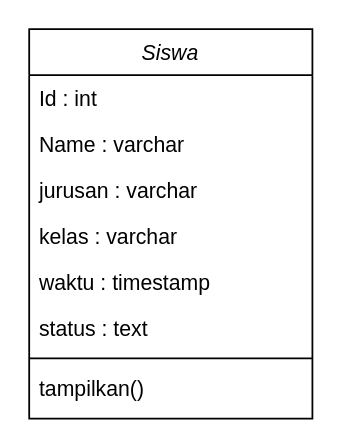
Earlier version of the draw.io diagram classdiagram-facepresensi.drawio (ditanursabila/face-presensi). Source tidied: cells renumbered, new cells numbered last; positions are measured from the earlier drawing's top-left corner, leaving out a move shared by most shapes. Both pictures are drawn from the tidied source at 177%, with x=0, y=0 at pixel (28, 28).
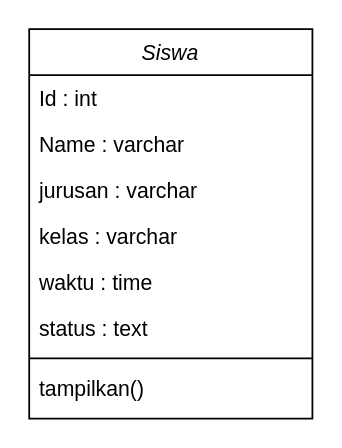
The same page after the edit.

The edit, as a diff of the source:
```diff
@@
 <mxGraphModel>
   <root>
     <mxCell id="0" />
     <mxCell id="1" parent="0" />
     <mxCell id="2" value="Siswa" style="swimlane;fontStyle=2;align=center;verticalAlign=top;horizontal=1;startSize=26;rounded=0;shadow=0;strokeWidth=1;" parent="1" vertex="1">
       <mxGeometry width="160" height="220" as="geometry" />
     </mxCell>
     <mxCell id="3" value="Id : int " style="text;align=left;verticalAlign=top;spacingLeft=4;spacingRight=4;overflow=hidden;" parent="2" vertex="1">
       <mxGeometry y="26" width="160" height="26" as="geometry" />
     </mxCell>
     <mxCell id="4" value="Name : varchar" style="text;align=left;verticalAlign=top;spacingLeft=4;spacingRight=4;overflow=hidden;rounded=0;shadow=0;html=0;" parent="2" vertex="1">
       <mxGeometry y="52" width="160" height="26" as="geometry" />
     </mxCell>
     <mxCell id="5" value="jurusan : varchar" style="text;align=left;verticalAlign=top;spacingLeft=4;spacingRight=4;overflow=hidden;rounded=0;shadow=0;html=0;" parent="2" vertex="1">
       <mxGeometry y="78" width="160" height="26" as="geometry" />
     </mxCell>
     <mxCell id="6" value="kelas : varchar" style="text;align=left;verticalAlign=top;spacingLeft=4;spacingRight=4;overflow=hidden;rounded=0;shadow=0;html=0;" parent="2" vertex="1">
       <mxGeometry y="104" width="160" height="26" as="geometry" />
     </mxCell>
-    <mxCell id="7" value="waktu : timestamp" style="text;align=left;verticalAlign=top;spacingLeft=4;spacingRight=4;overflow=hidden;rounded=0;shadow=0;html=0;" parent="2" vertex="1">
+    <mxCell id="7" value="waktu : time" style="text;align=left;verticalAlign=top;spacingLeft=4;spacingRight=4;overflow=hidden;rounded=0;shadow=0;html=0;" parent="2" vertex="1">
       <mxGeometry y="130" width="160" height="26" as="geometry" />
     </mxCell>
     <mxCell id="8" value="status : text" style="text;align=left;verticalAlign=top;spacingLeft=4;spacingRight=4;overflow=hidden;rounded=0;shadow=0;html=0;" parent="2" vertex="1">
       <mxGeometry y="156" width="160" height="26" as="geometry" />
     </mxCell>
     <mxCell id="9" style="line;html=1;strokeWidth=1;align=left;verticalAlign=middle;spacingTop=-1;spacingLeft=3;spacingRight=3;labelPosition=right;" parent="2" vertex="1">
       <mxGeometry y="182" width="160" height="8" as="geometry" />
     </mxCell>
     <mxCell id="10" value="tampilkan()" style="text;align=left;verticalAlign=top;spacingLeft=4;spacingRight=4;overflow=hidden;" parent="2" vertex="1">
       <mxGeometry y="190" width="160" height="26" as="geometry" />
     </mxCell>
   </root>
 </mxGraphModel>
```
